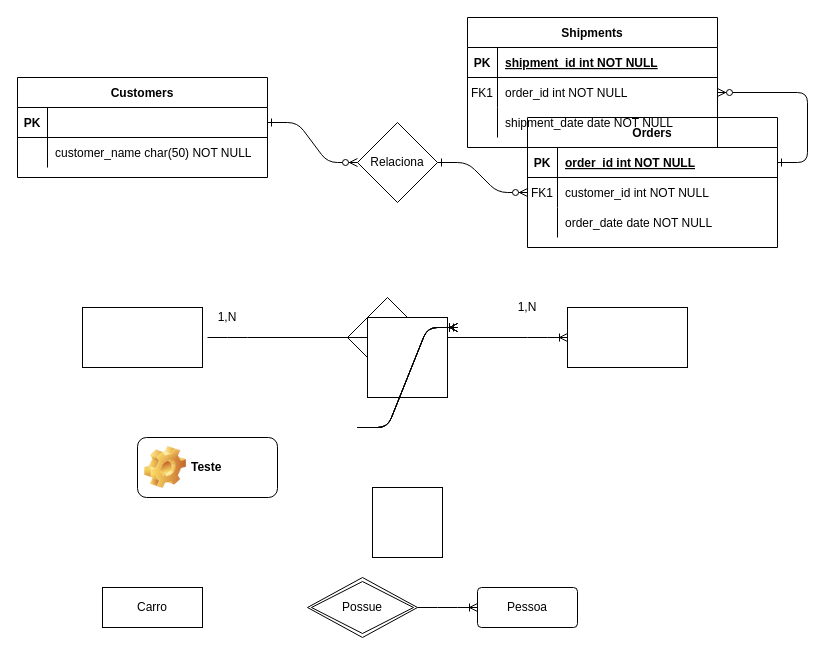
This is Untitled Diagram.drawio from vladimiralencar/Alunos-UEPB-BancoDeDados, a draw.io file, before an edit. Source tidied: cells renumbered, new cells numbered last; positions are measured from the earlier drawing's top-left corner, leaving out a move shared by most shapes. Both pictures are drawn from the tidied source at 100%, with x=0, y=0 at pixel (17, 17).
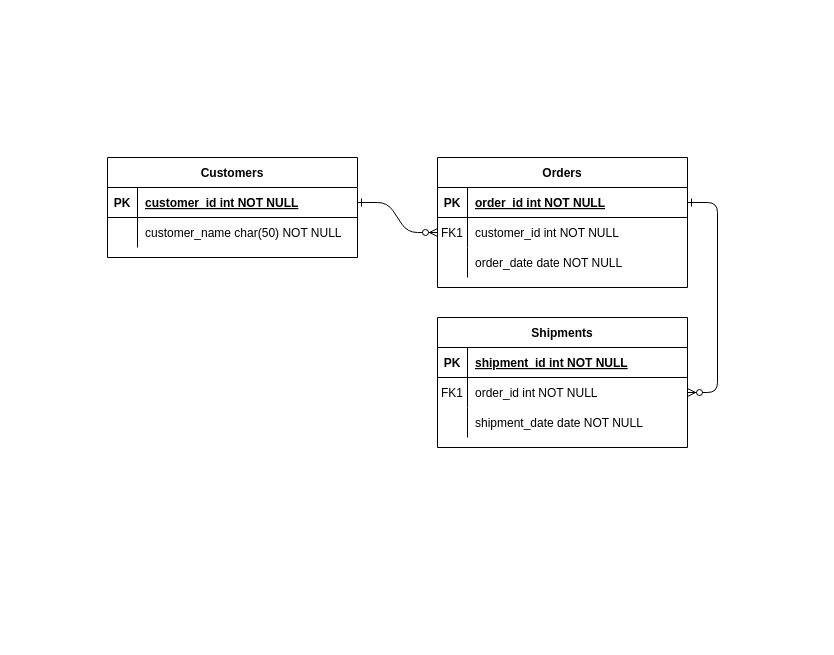
The same page after the edit.

The change refers to these unchanged cells:
```xml
<mxCell id="8" style="shape=partialRectangle;fillColor=none;points=[[0,0.5],[1,0.5]];portConstraint=eastwest;top=0;left=0;right=0;bottom=0;" parent="4" vertex="1">
  <mxGeometry y="60" width="250" height="30" as="geometry" />
</mxCell>
<mxCell id="25" style="shape=partialRectangle;fillColor=none;points=[[0,0.5],[1,0.5]];portConstraint=eastwest;top=0;left=0;right=0;bottom=1;" parent="24" vertex="1">
  <mxGeometry y="30" width="250" height="30" as="geometry" />
</mxCell>
```

The edit, as a diff of the source:
```diff
@@
-    <mxCell id="2" style="edgeStyle=entityRelationEdgeStyle;endArrow=ERzeroToMany;startArrow=ERone;endFill=1;startFill=0;" parent="1" edge="1" source="31" target="8">
+    <mxCell id="2" style="edgeStyle=entityRelationEdgeStyle;endArrow=ERzeroToMany;startArrow=ERone;endFill=1;startFill=0;" parent="1" edge="1" source="25" target="8">
       <mxGeometry relative="1" as="geometry" />
     </mxCell>
@@
     <mxCell id="4" value="Orders" style="shape=table;startSize=30;childLayout=tableLayout;rowLines=0;fontStyle=1;align=center;" parent="1" vertex="1">
-      <mxGeometry x="510" y="100" width="250" height="130" as="geometry" />
+      <mxGeometry x="420" y="140" width="250" height="130" as="geometry" />
     </mxCell>
@@
     <mxCell id="14" value="Shipments" style="shape=table;startSize=30;childLayout=tableLayout;rowLines=0;fontStyle=1;align=center;" parent="1" vertex="1">
-      <mxGeometry x="450" width="250" height="130" as="geometry" />
+      <mxGeometry x="420" y="300" width="250" height="130" as="geometry" />
     </mxCell>
@@
     <mxCell id="24" value="Customers" style="shape=table;startSize=30;childLayout=tableLayout;rowLines=0;fontStyle=1;align=center;" parent="1" vertex="1">
-      <mxGeometry y="60" width="250" height="100" as="geometry" />
+      <mxGeometry x="90" y="140" width="250" height="100" as="geometry" />
     </mxCell>
@@
-    <mxCell id="27" style="shape=partialRectangle;overflow=hidden;fillColor=none;top=0;left=0;bottom=0;right=0;align=left;spacingLeft=6;fontStyle=5;" parent="25" vertex="1">
+    <mxCell id="27" value="customer_id int NOT NULL " style="shape=partialRectangle;overflow=hidden;fillColor=none;top=0;left=0;bottom=0;right=0;align=left;spacingLeft=6;fontStyle=5;" parent="25" vertex="1">
       <mxGeometry x="30" width="220" height="30" as="geometry" />
     </mxCell>
@@
-    <mxCell id="31" value="Relaciona" style="rhombus;whiteSpace=wrap;html=1;" parent="1" vertex="1">
-      <mxGeometry x="340" y="105" width="80" height="80" as="geometry" />
-    </mxCell>
-    <mxCell id="32" style="edgeStyle=entityRelationEdgeStyle;endArrow=ERzeroToMany;startArrow=ERone;endFill=1;startFill=0;" parent="1" edge="1" source="25" target="31">
-      <mxGeometry relative="1" as="geometry" />
-    </mxCell>
-    <mxCell id="33" style="rounded=0;whiteSpace=wrap;html=1;" parent="1" vertex="1">
-      <mxGeometry x="65" y="290" width="120" height="60" as="geometry" />
-    </mxCell>
-    <mxCell id="34" style="rounded=0;whiteSpace=wrap;html=1;" parent="1" vertex="1">
-      <mxGeometry x="550" y="290" width="120" height="60" as="geometry" />
-    </mxCell>
-    <mxCell id="35" style="rhombus;whiteSpace=wrap;html=1;" parent="1" vertex="1">
-      <mxGeometry x="330" y="280" width="80" height="80" as="geometry" />
-    </mxCell>
-    <mxCell id="36" style="edgeStyle=entityRelationEdgeStyle;fontSize=12;html=1;endArrow=ERoneToMany;entryX=0;entryY=0.5;entryDx=0;entryDy=0;" parent="1" edge="1" target="34">
-      <mxGeometry relative="1" as="geometry">
-        <mxPoint x="190" y="320" as="sourcePoint" />
-      </mxGeometry>
-    </mxCell>
-    <mxCell id="37" value="1,N" style="text;html=1;strokeColor=none;fillColor=none;align=center;verticalAlign=middle;whiteSpace=wrap;rounded=0;" parent="1" vertex="1">
-      <mxGeometry x="190" y="290" width="40" height="20" as="geometry" />
-    </mxCell>
-    <mxCell id="38" value="1,N" style="text;html=1;strokeColor=none;fillColor=none;align=center;verticalAlign=middle;whiteSpace=wrap;rounded=0;" parent="1" vertex="1">
-      <mxGeometry x="490" y="280" width="40" height="20" as="geometry" />
-    </mxCell>
-    <mxCell id="39" value="Teste" style="label;whiteSpace=wrap;html=1;image=img/clipart/Gear_128x128.png;" parent="1" vertex="1">
-      <mxGeometry x="120" y="420" width="140" height="60" as="geometry" />
-    </mxCell>
-    <mxCell id="40" style="whiteSpace=wrap;html=1;" parent="1" vertex="1">
-      <mxGeometry x="350" y="300" width="80" height="80" as="geometry" />
-    </mxCell>
-    <mxCell id="41" style="whiteSpace=wrap;html=1;" parent="1" vertex="1">
-      <mxGeometry x="355" y="470" width="70" height="70" as="geometry" />
-    </mxCell>
-    <mxCell id="42" value="Carro" style="whiteSpace=wrap;html=1;align=center;" parent="1" vertex="1">
-      <mxGeometry x="85" y="570" width="100" height="40" as="geometry" />
-    </mxCell>
-    <mxCell id="43" value="Pessoa" style="rounded=1;arcSize=10;whiteSpace=wrap;html=1;align=center;" parent="1" vertex="1">
-      <mxGeometry x="460" y="570" width="100" height="40" as="geometry" />
-    </mxCell>
-    <mxCell id="44" value="Possue" style="shape=rhombus;double=1;perimeter=rhombusPerimeter;whiteSpace=wrap;html=1;align=center;" parent="1" vertex="1">
-      <mxGeometry x="290" y="560" width="110" height="60" as="geometry" />
-    </mxCell>
-    <mxCell id="45" style="edgeStyle=entityRelationEdgeStyle;fontSize=12;html=1;endArrow=ERoneToMany;exitX=1;exitY=0.5;exitDx=0;exitDy=0;" parent="1" edge="1" source="44">
-      <mxGeometry relative="1" as="geometry">
-        <mxPoint x="460" y="590" as="targetPoint" />
-      </mxGeometry>
-    </mxCell>
-    <mxCell id="46" style="edgeStyle=entityRelationEdgeStyle;fontSize=12;html=1;endArrow=ERoneToMany;" parent="1" edge="1">
-      <mxGeometry relative="1" as="geometry">
-        <mxPoint x="340" y="410" as="sourcePoint" />
-        <mxPoint x="440" y="310" as="targetPoint" />
-      </mxGeometry>
-    </mxCell>
-    <mxCell id="47" style="edgeStyle=entityRelationEdgeStyle;fontSize=12;html=1;endArrow=ERoneToMany;" parent="1" edge="1">
-      <mxGeometry relative="1" as="geometry">
-        <mxPoint x="340" y="410" as="sourcePoint" />
-        <mxPoint x="440" y="310" as="targetPoint" />
-      </mxGeometry>
-    </mxCell>
-    <mxCell id="48" style="edgeStyle=entityRelationEdgeStyle;fontSize=12;html=1;endArrow=ERoneToMany;" parent="1" edge="1">
-      <mxGeometry relative="1" as="geometry">
-        <mxPoint x="340" y="410" as="sourcePoint" />
-        <mxPoint x="440" y="310" as="targetPoint" />
-      </mxGeometry>
-    </mxCell>
-    <mxCell id="49" style="edgeStyle=entityRelationEdgeStyle;fontSize=12;html=1;endArrow=ERmandOne;" parent="1" edge="1">
-      <mxGeometry relative="1" as="geometry">
-        <mxPoint x="340" y="410" as="sourcePoint" />
-        <mxPoint x="440" y="310" as="targetPoint" />
-      </mxGeometry>
-    </mxCell>
```
